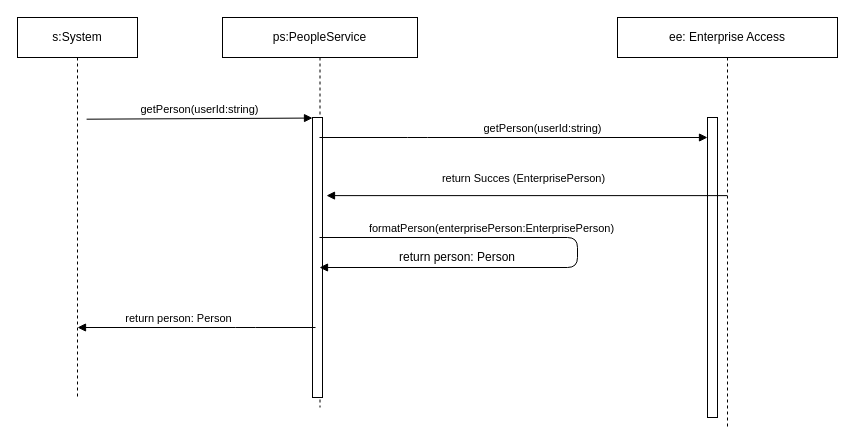
This is page "Sequence" (2 of 4) of Drawings/Microservices/People/PeopleService.drawio from RMSLowside/rmslow, a draw.io file, before an edit. Source tidied: cells renumbered, new cells numbered last; positions are measured from the earlier drawing's top-left corner, leaving out a move shared by most shapes. Both pictures are drawn from the tidied source at 100%, with x=0, y=0 at pixel (17, 17).
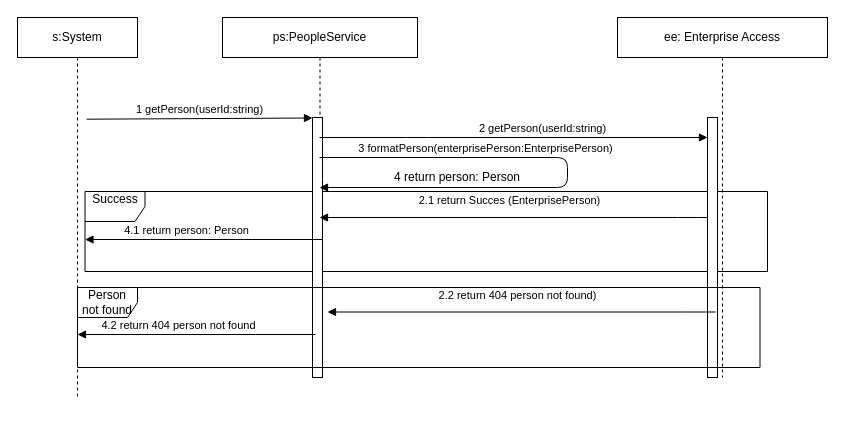
The same page after the edit.

The edit, as a diff of the source:
```diff
@@
+    <mxCell id="13" value="&lt;div&gt;Success&lt;/div&gt;&lt;div&gt;&lt;br&gt;&lt;/div&gt;" style="shape=umlFrame;whiteSpace=wrap;html=1;" parent="1" vertex="1">
+      <mxGeometry x="67.5" y="174" width="682.5" height="80" as="geometry" />
+    </mxCell>
     <mxCell id="2" value="ps:PeopleService" style="shape=umlLifeline;perimeter=lifelinePerimeter;whiteSpace=wrap;html=1;outlineConnect=0;size=40;" parent="1" vertex="1">
-      <mxGeometry x="205" width="195" height="390" as="geometry" />
+      <mxGeometry x="205" width="195" height="360" as="geometry" />
     </mxCell>
     <mxCell id="3" style="html=1;points=[];perimeter=orthogonalPerimeter;" parent="2" vertex="1">
-      <mxGeometry x="90" y="100" width="10" height="280" as="geometry" />
+      <mxGeometry x="90" y="100" width="10" height="260" as="geometry" />
     </mxCell>
@@
-    <mxCell id="5" value="getPerson(userId:string)" style="html=1;verticalAlign=bottom;endArrow=block;entryX=0;entryY=0.002;entryDx=0;entryDy=0;entryPerimeter=0;" parent="1" edge="1" target="3">
+    <mxCell id="5" value="1 getPerson(userId:string)" style="html=1;verticalAlign=bottom;endArrow=block;entryX=0;entryY=0.002;entryDx=0;entryDy=0;entryPerimeter=0;" parent="1" edge="1" target="3">
       <mxGeometry relative="1" as="geometry">
         <mxPoint x="69.1" y="101.7" as="sourcePoint" />
       </mxGeometry>
     </mxCell>
     <mxCell id="6" value="ee: Enterprise Access" style="shape=umlLifeline;perimeter=lifelinePerimeter;whiteSpace=wrap;html=1;outlineConnect=0;size=40;" parent="1" vertex="1">
-      <mxGeometry x="600" width="220" height="410" as="geometry" />
+      <mxGeometry x="600" width="210" height="360" as="geometry" />
     </mxCell>
     <mxCell id="7" style="html=1;points=[];perimeter=orthogonalPerimeter;" parent="6" vertex="1">
-      <mxGeometry x="90" y="100" width="10" height="300" as="geometry" />
+      <mxGeometry x="90" y="100" width="10" height="260" as="geometry" />
     </mxCell>
-    <mxCell id="8" value="getPerson(userId:string)" style="html=1;verticalAlign=bottom;endArrow=block;" parent="1" edge="1" source="2" target="7">
+    <mxCell id="8" value="2 getPerson(userId:string)" style="html=1;verticalAlign=bottom;endArrow=block;" parent="1" edge="1" source="2" target="7">
       <mxGeometry x="0.15" relative="1" as="geometry">
         <Array as="points">
           <mxPoint x="400" y="120" />
         </Array>
       </mxGeometry>
     </mxCell>
-    <mxCell id="9" value="return Succes (EnterprisePerson)" style="html=1;verticalAlign=bottom;endArrow=block;entryX=1.4;entryY=0.279;entryDx=0;entryDy=0;entryPerimeter=0;" parent="1" edge="1" source="6" target="3">
-      <mxGeometry x="0.02" y="-8" relative="1" as="geometry" />
+    <mxCell id="9" value="2.1 return Succes (EnterprisePerson)" style="html=1;verticalAlign=bottom;endArrow=block;" parent="1" edge="1">
+      <mxGeometry x="0.02" y="-8" relative="1" as="geometry">
+        <mxPoint x="690" y="200" as="sourcePoint" />
+        <mxPoint x="302" y="200" as="targetPoint" />
+        <Array as="points">
+          <mxPoint x="670" y="200" />
+        </Array>
+      </mxGeometry>
     </mxCell>
-    <mxCell id="10" value="return person: Person" style="html=1;verticalAlign=bottom;endArrow=block;" parent="1" edge="1">
+    <mxCell id="10" value="4.1 return person: Person" style="html=1;verticalAlign=bottom;endArrow=block;" parent="1" edge="1">
       <mxGeometry x="0.15" relative="1" as="geometry">
-        <mxPoint x="298" y="310" as="sourcePoint" />
-        <mxPoint x="60" y="310" as="targetPoint" />
+        <mxPoint x="305.5" y="222" as="sourcePoint" />
+        <mxPoint x="67.5" y="222" as="targetPoint" />
         <Array as="points">
-          <mxPoint x="228" y="310" />
+          <mxPoint x="235.5" y="222" />
         </Array>
       </mxGeometry>
     </mxCell>
-    <mxCell id="11" value="formatPerson(enterprisePerson:EnterprisePerson)" style="html=1;verticalAlign=bottom;endArrow=block;edgeStyle=orthogonalEdgeStyle;" parent="1" edge="1" target="2">
+    <mxCell id="11" value="3 formatPerson(enterprisePerson:EnterprisePerson)" style="html=1;verticalAlign=bottom;endArrow=block;edgeStyle=orthogonalEdgeStyle;" parent="1" edge="1">
       <mxGeometry x="-0.37" relative="1" as="geometry">
-        <mxPoint x="302" y="220" as="sourcePoint" />
+        <mxPoint x="302" y="140" as="sourcePoint" />
+        <mxPoint x="302" y="170" as="targetPoint" />
         <Array as="points">
-          <mxPoint x="560" y="220" />
-          <mxPoint x="560" y="250" />
+          <mxPoint x="550" y="140" />
+          <mxPoint x="550" y="170" />
         </Array>
       </mxGeometry>
     </mxCell>
-    <mxCell id="12" value="return person: Person" style="text;html=1;strokeColor=none;fillColor=none;align=center;verticalAlign=middle;whiteSpace=wrap;rounded=0;" parent="1" vertex="1">
-      <mxGeometry x="350" y="230" width="180" height="20" as="geometry" />
+    <mxCell id="12" value="4 return person: Person" style="text;html=1;strokeColor=none;fillColor=none;align=center;verticalAlign=middle;whiteSpace=wrap;rounded=0;" parent="1" vertex="1">
+      <mxGeometry x="350" y="150" width="180" height="20" as="geometry" />
     </mxCell>
+    <mxCell id="14" value="Person not found" style="shape=umlFrame;whiteSpace=wrap;html=1;" parent="1" vertex="1">
+      <mxGeometry x="60" y="270" width="682.5" height="80" as="geometry" />
+    </mxCell>
+    <mxCell id="15" value="2.2 return 404 person not found)" style="html=1;verticalAlign=bottom;endArrow=block;" parent="1" edge="1">
+      <mxGeometry x="0.02" y="-8" relative="1" as="geometry">
+        <mxPoint x="698" y="294.5" as="sourcePoint" />
+        <mxPoint x="310" y="294.5" as="targetPoint" />
+        <Array as="points">
+          <mxPoint x="678" y="294.5" />
+        </Array>
+      </mxGeometry>
+    </mxCell>
+    <mxCell id="16" value="4.2 return 404 person not found" style="html=1;verticalAlign=bottom;endArrow=block;" parent="1" edge="1">
+      <mxGeometry x="0.15" relative="1" as="geometry">
+        <mxPoint x="298" y="317" as="sourcePoint" />
+        <mxPoint x="60" y="317" as="targetPoint" />
+        <Array as="points">
+          <mxPoint x="228" y="317" />
+        </Array>
+      </mxGeometry>
+    </mxCell>
```
